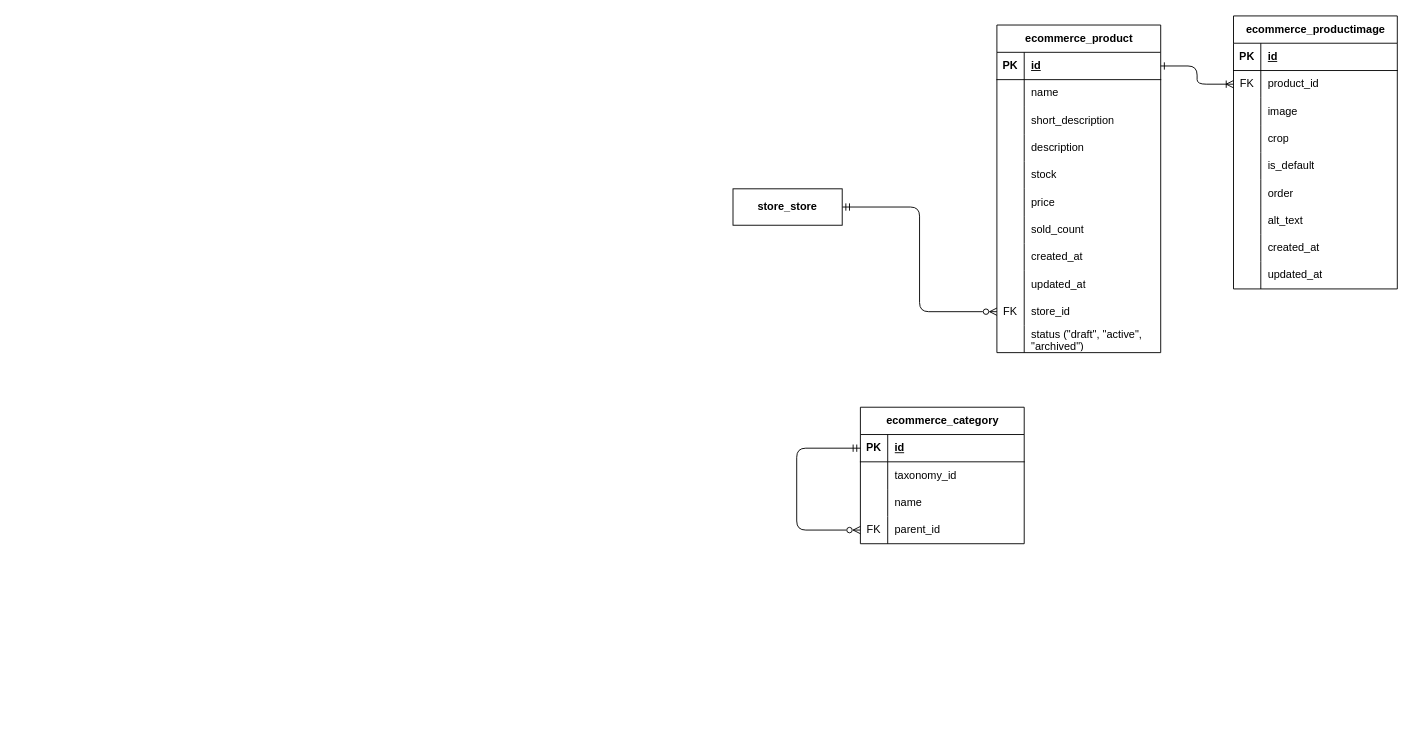
The draw.io diagram page "Ecommerce" (6 of 7) of diagrams/e-commerce-entity-relationship-diagram.drawio in RHILIUS/E-Commerce-Docs, before the edit. Source tidied: cells renumbered, new cells numbered last; positions are measured from the earlier drawing's top-left corner, leaving out a move shared by most shapes. Both pictures are drawn from the tidied source at 91%, with x=0, y=0 at pixel (733, 15).
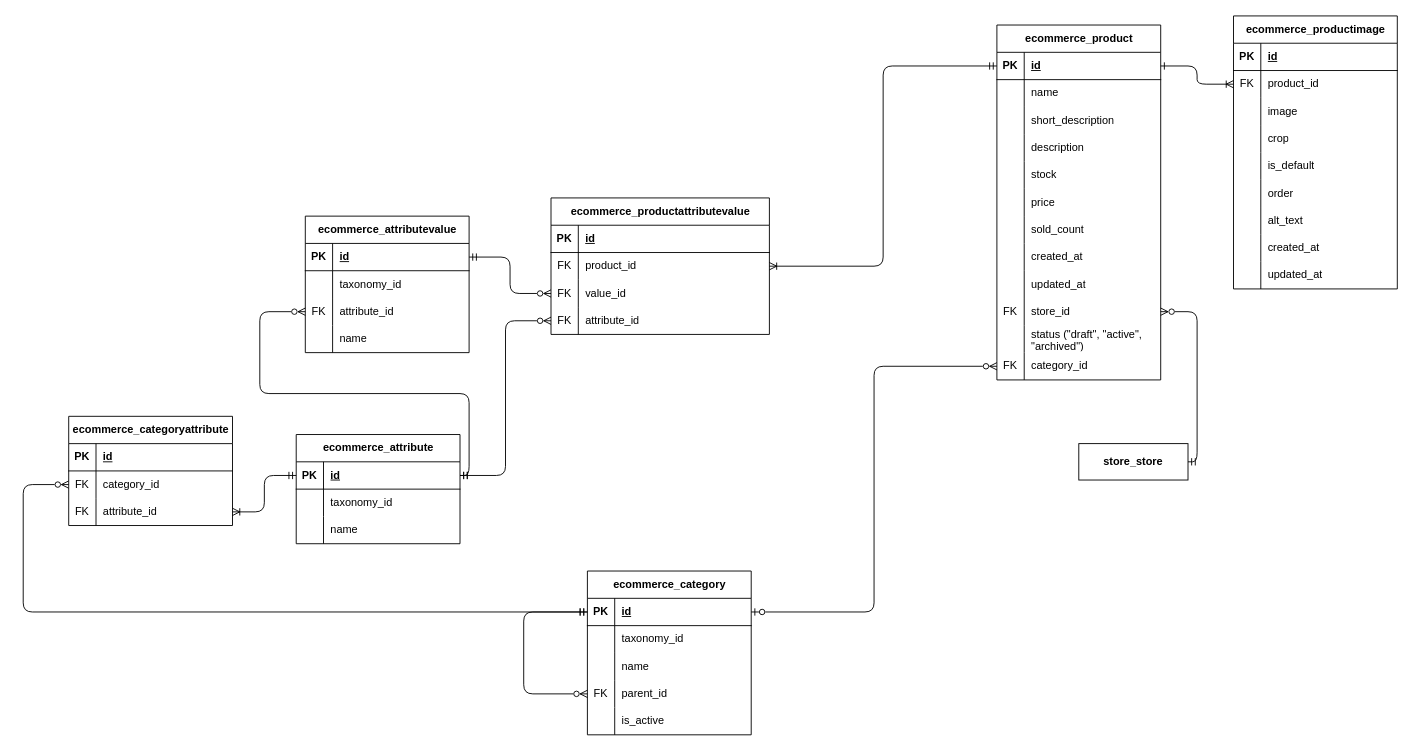
Above is the later version.

Commit message:
feat: add taxonomy entities such as category, attribute, attributevalue, productattributevalue,

Unchanged cells that the change refers to:
```xml
<mxCell id="3" style="shape=tableRow;horizontal=0;startSize=0;swimlaneHead=0;swimlaneBody=0;fillColor=none;points=[[0,0.5],[1,0.5]];portConstraint=eastwest;top=0;left=0;right=0;bottom=1;" parent="2" vertex="1">
  <mxGeometry y="30" width="180" height="30" as="geometry" />
</mxCell>
<mxCell id="30" style="shape=tableRow;horizontal=0;startSize=0;swimlaneHead=0;swimlaneBody=0;fillColor=none;points=[[0,0.5],[1,0.5]];portConstraint=eastwest;top=0;left=0;right=0;bottom=0;" parent="2" vertex="1">
  <mxGeometry y="300" width="180" height="30" as="geometry" />
</mxCell>
<mxCell id="68" style="shape=tableRow;horizontal=0;startSize=0;swimlaneHead=0;swimlaneBody=0;fillColor=none;points=[[0,0.5],[1,0.5]];portConstraint=eastwest;top=0;left=0;right=0;bottom=1;" parent="67" vertex="1">
  <mxGeometry y="30" width="180" height="30" as="geometry" />
</mxCell>
```

Diff of the diagram source:
```diff
@@
     <mxCell id="2" value="ecommerce_product" style="shape=table;startSize=30;childLayout=tableLayout;rowLines=0;fontStyle=1;align=center;html=1;" parent="1" vertex="1">
-      <mxGeometry x="290" y="10" width="180" height="360" as="geometry" />
+      <mxGeometry x="290" y="10" width="180" height="390" as="geometry" />
     </mxCell>
@@
+    <mxCell id="81" style="shape=tableRow;horizontal=0;startSize=0;swimlaneHead=0;swimlaneBody=0;fillColor=none;points=[[0,0.5],[1,0.5]];portConstraint=eastwest;top=0;left=0;right=0;bottom=0;" parent="2" vertex="1">
+      <mxGeometry y="360" width="180" height="30" as="geometry" />
+    </mxCell>
+    <mxCell id="82" value="FK" style="shape=partialRectangle;fillColor=none;top=0;left=0;bottom=0;right=0;overflow=hidden;whiteSpace=wrap;html=1;" parent="81" vertex="1">
+      <mxGeometry width="30" height="30" as="geometry" />
+    </mxCell>
+    <mxCell id="83" value="category_id" style="shape=partialRectangle;fillColor=none;top=0;left=0;bottom=0;right=0;align=left;spacingLeft=6;overflow=hidden;whiteSpace=wrap;html=1;" parent="81" vertex="1">
+      <mxGeometry x="30" width="150" height="30" as="geometry" />
+    </mxCell>
@@
-    <mxCell id="65" style="edgeStyle=orthogonalEdgeStyle;html=1;entryX=0;entryY=0.5;entryDx=0;entryDy=0;exitX=1;exitY=0.5;exitDx=0;exitDy=0;endArrow=ERzeroToMany;endFill=0;startArrow=ERmandOne;startFill=0;" parent="1" edge="1" source="66" target="30">
+    <mxCell id="65" style="edgeStyle=orthogonalEdgeStyle;html=1;entryX=1;entryY=0.5;entryDx=0;entryDy=0;exitX=1;exitY=0.5;exitDx=0;exitDy=0;endArrow=ERzeroToMany;endFill=0;startArrow=ERmandOne;startFill=0;" parent="1" edge="1" source="66" target="30">
       <mxGeometry relative="1" as="geometry" />
     </mxCell>
     <mxCell id="66" value="&lt;b&gt;store_store&lt;/b&gt;" style="whiteSpace=wrap;html=1;align=center;" parent="1" vertex="1">
-      <mxGeometry y="190" width="120" height="40" as="geometry" />
+      <mxGeometry x="380" y="470" width="120" height="40" as="geometry" />
     </mxCell>
     <mxCell id="67" value="ecommerce_category" style="shape=table;startSize=30;childLayout=tableLayout;rowLines=0;fontStyle=1;align=center;html=1;" parent="1" vertex="1">
-      <mxGeometry x="140" y="430" width="180" height="150" as="geometry" />
+      <mxGeometry x="-160" y="610" width="180" height="180" as="geometry" />
     </mxCell>
@@
+    <mxCell id="84" style="shape=tableRow;horizontal=0;startSize=0;swimlaneHead=0;swimlaneBody=0;fillColor=none;top=0;left=0;right=0;bottom=0;" parent="67" vertex="1">
+      <mxGeometry y="150" width="180" height="30" as="geometry" />
+    </mxCell>
+    <mxCell id="85" style="shape=partialRectangle;fillColor=none;top=0;left=0;bottom=0;right=0;overflow=hidden;whiteSpace=wrap;html=1;" parent="84" vertex="1">
+      <mxGeometry width="30" height="30" as="geometry" />
+    </mxCell>
+    <mxCell id="86" value="is_active" style="shape=partialRectangle;fillColor=none;top=0;left=0;bottom=0;right=0;align=left;spacingLeft=6;overflow=hidden;whiteSpace=wrap;html=1;" parent="84" vertex="1">
+      <mxGeometry x="30" width="150" height="30" as="geometry" />
+    </mxCell>
@@
+    <mxCell id="87" value="ecommerce_attribute" style="shape=table;startSize=30;childLayout=tableLayout;rowLines=0;fontStyle=1;align=center;html=1;" parent="1" vertex="1">
+      <mxGeometry x="-480" y="460" width="180" height="120" as="geometry" />
+    </mxCell>
+    <mxCell id="88" style="shape=tableRow;horizontal=0;startSize=0;swimlaneHead=0;swimlaneBody=0;fillColor=none;points=[[0,0.5],[1,0.5]];portConstraint=eastwest;top=0;left=0;right=0;bottom=1;" parent="87" vertex="1">
+      <mxGeometry y="30" width="180" height="30" as="geometry" />
+    </mxCell>
+    <mxCell id="89" value="PK" style="shape=partialRectangle;fillColor=none;top=0;left=0;bottom=0;right=0;fontStyle=1;overflow=hidden;whiteSpace=wrap;html=1;" parent="88" vertex="1">
+      <mxGeometry width="30" height="30" as="geometry" />
+    </mxCell>
+    <mxCell id="90" value="id" style="shape=partialRectangle;fillColor=none;top=0;left=0;bottom=0;right=0;align=left;spacingLeft=6;fontStyle=5;overflow=hidden;whiteSpace=wrap;html=1;" parent="88" vertex="1">
+      <mxGeometry x="30" width="150" height="30" as="geometry" />
+    </mxCell>
+    <mxCell id="91" style="shape=tableRow;horizontal=0;startSize=0;swimlaneHead=0;swimlaneBody=0;fillColor=none;top=0;left=0;right=0;bottom=0;" parent="87" vertex="1">
+      <mxGeometry y="60" width="180" height="30" as="geometry" />
+    </mxCell>
+    <mxCell id="92" style="shape=partialRectangle;fillColor=none;top=0;left=0;bottom=0;right=0;overflow=hidden;whiteSpace=wrap;html=1;" parent="91" vertex="1">
+      <mxGeometry width="30" height="30" as="geometry" />
+    </mxCell>
+    <mxCell id="93" value="taxonomy_id" style="shape=partialRectangle;fillColor=none;top=0;left=0;bottom=0;right=0;align=left;spacingLeft=6;overflow=hidden;whiteSpace=wrap;html=1;" parent="91" vertex="1">
+      <mxGeometry x="30" width="150" height="30" as="geometry" />
+    </mxCell>
+    <mxCell id="94" style="shape=tableRow;horizontal=0;startSize=0;swimlaneHead=0;swimlaneBody=0;fillColor=none;top=0;left=0;right=0;bottom=0;" parent="87" vertex="1">
+      <mxGeometry y="90" width="180" height="30" as="geometry" />
+    </mxCell>
+    <mxCell id="95" style="shape=partialRectangle;fillColor=none;top=0;left=0;bottom=0;right=0;overflow=hidden;whiteSpace=wrap;html=1;" parent="94" vertex="1">
+      <mxGeometry width="30" height="30" as="geometry" />
+    </mxCell>
+    <mxCell id="96" value="name" style="shape=partialRectangle;fillColor=none;top=0;left=0;bottom=0;right=0;align=left;spacingLeft=6;overflow=hidden;whiteSpace=wrap;html=1;" parent="94" vertex="1">
+      <mxGeometry x="30" width="150" height="30" as="geometry" />
+    </mxCell>
+    <mxCell id="97" value="ecommerce_attributevalue" style="shape=table;startSize=30;childLayout=tableLayout;rowLines=0;fontStyle=1;align=center;html=1;" parent="1" vertex="1">
+      <mxGeometry x="-470" y="220" width="180" height="150" as="geometry" />
+    </mxCell>
+    <mxCell id="98" style="shape=tableRow;horizontal=0;startSize=0;swimlaneHead=0;swimlaneBody=0;fillColor=none;points=[[0,0.5],[1,0.5]];portConstraint=eastwest;top=0;left=0;right=0;bottom=1;" parent="97" vertex="1">
+      <mxGeometry y="30" width="180" height="30" as="geometry" />
+    </mxCell>
+    <mxCell id="99" value="PK" style="shape=partialRectangle;fillColor=none;top=0;left=0;bottom=0;right=0;fontStyle=1;overflow=hidden;whiteSpace=wrap;html=1;" parent="98" vertex="1">
+      <mxGeometry width="30" height="30" as="geometry" />
+    </mxCell>
+    <mxCell id="100" value="id" style="shape=partialRectangle;fillColor=none;top=0;left=0;bottom=0;right=0;align=left;spacingLeft=6;fontStyle=5;overflow=hidden;whiteSpace=wrap;html=1;" parent="98" vertex="1">
+      <mxGeometry x="30" width="150" height="30" as="geometry" />
+    </mxCell>
+    <mxCell id="101" style="shape=tableRow;horizontal=0;startSize=0;swimlaneHead=0;swimlaneBody=0;fillColor=none;top=0;left=0;right=0;bottom=0;" parent="97" vertex="1">
+      <mxGeometry y="60" width="180" height="30" as="geometry" />
+    </mxCell>
+    <mxCell id="102" style="shape=partialRectangle;fillColor=none;top=0;left=0;bottom=0;right=0;overflow=hidden;whiteSpace=wrap;html=1;" parent="101" vertex="1">
+      <mxGeometry width="30" height="30" as="geometry" />
+    </mxCell>
+    <mxCell id="103" value="taxonomy_id" style="shape=partialRectangle;fillColor=none;top=0;left=0;bottom=0;right=0;align=left;spacingLeft=6;overflow=hidden;whiteSpace=wrap;html=1;" parent="101" vertex="1">
+      <mxGeometry x="30" width="150" height="30" as="geometry" />
+    </mxCell>
+    <mxCell id="104" style="shape=tableRow;horizontal=0;startSize=0;swimlaneHead=0;swimlaneBody=0;fillColor=none;points=[[0,0.5],[1,0.5]];portConstraint=eastwest;top=0;left=0;right=0;bottom=0;" parent="97" vertex="1">
+      <mxGeometry y="90" width="180" height="30" as="geometry" />
+    </mxCell>
+    <mxCell id="105" value="FK" style="shape=partialRectangle;fillColor=none;top=0;left=0;bottom=0;right=0;overflow=hidden;whiteSpace=wrap;html=1;" parent="104" vertex="1">
+      <mxGeometry width="30" height="30" as="geometry" />
+    </mxCell>
+    <mxCell id="106" value="attribute_id" style="shape=partialRectangle;fillColor=none;top=0;left=0;bottom=0;right=0;align=left;spacingLeft=6;overflow=hidden;whiteSpace=wrap;html=1;" parent="104" vertex="1">
+      <mxGeometry x="30" width="150" height="30" as="geometry" />
+    </mxCell>
+    <mxCell id="107" style="shape=tableRow;horizontal=0;startSize=0;swimlaneHead=0;swimlaneBody=0;fillColor=none;top=0;left=0;right=0;bottom=0;" parent="97" vertex="1">
+      <mxGeometry y="120" width="180" height="30" as="geometry" />
+    </mxCell>
+    <mxCell id="108" style="shape=partialRectangle;fillColor=none;top=0;left=0;bottom=0;right=0;overflow=hidden;whiteSpace=wrap;html=1;" parent="107" vertex="1">
+      <mxGeometry width="30" height="30" as="geometry" />
+    </mxCell>
+    <mxCell id="109" value="name" style="shape=partialRectangle;fillColor=none;top=0;left=0;bottom=0;right=0;align=left;spacingLeft=6;overflow=hidden;whiteSpace=wrap;html=1;" parent="107" vertex="1">
+      <mxGeometry x="30" width="150" height="30" as="geometry" />
+    </mxCell>
+    <mxCell id="110" style="edgeStyle=orthogonalEdgeStyle;html=1;entryX=0;entryY=0.5;entryDx=0;entryDy=0;exitX=1;exitY=0.5;exitDx=0;exitDy=0;startArrow=ERmandOne;startFill=0;endArrow=ERzeroToMany;endFill=0;" parent="1" edge="1" source="88" target="104">
+      <mxGeometry relative="1" as="geometry">
+        <Array as="points">
+          <mxPoint x="-290" y="505" />
+          <mxPoint x="-290" y="415" />
+          <mxPoint x="-520" y="415" />
+          <mxPoint x="-520" y="325" />
+        </Array>
+      </mxGeometry>
+    </mxCell>
+    <mxCell id="111" value="ecommerce_categoryattribute" style="shape=table;startSize=30;childLayout=tableLayout;rowLines=0;fontStyle=1;align=center;html=1;" parent="1" vertex="1">
+      <mxGeometry x="-730" y="440" width="180" height="120" as="geometry" />
+    </mxCell>
+    <mxCell id="112" style="shape=tableRow;horizontal=0;startSize=0;swimlaneHead=0;swimlaneBody=0;fillColor=none;top=0;left=0;right=0;bottom=1;" parent="111" vertex="1">
+      <mxGeometry y="30" width="180" height="30" as="geometry" />
+    </mxCell>
+    <mxCell id="113" value="PK" style="shape=partialRectangle;fillColor=none;top=0;left=0;bottom=0;right=0;fontStyle=1;overflow=hidden;whiteSpace=wrap;html=1;" parent="112" vertex="1">
+      <mxGeometry width="30" height="30" as="geometry" />
+    </mxCell>
+    <mxCell id="114" value="id" style="shape=partialRectangle;fillColor=none;top=0;left=0;bottom=0;right=0;align=left;spacingLeft=6;fontStyle=5;overflow=hidden;whiteSpace=wrap;html=1;" parent="112" vertex="1">
+      <mxGeometry x="30" width="150" height="30" as="geometry" />
+    </mxCell>
+    <mxCell id="115" style="shape=tableRow;horizontal=0;startSize=0;swimlaneHead=0;swimlaneBody=0;fillColor=none;points=[[0,0.5],[1,0.5]];portConstraint=eastwest;top=0;left=0;right=0;bottom=0;" parent="111" vertex="1">
+      <mxGeometry y="60" width="180" height="30" as="geometry" />
+    </mxCell>
+    <mxCell id="116" value="FK" style="shape=partialRectangle;fillColor=none;top=0;left=0;bottom=0;right=0;overflow=hidden;whiteSpace=wrap;html=1;" parent="115" vertex="1">
+      <mxGeometry width="30" height="30" as="geometry" />
+    </mxCell>
+    <mxCell id="117" value="category_id" style="shape=partialRectangle;fillColor=none;top=0;left=0;bottom=0;right=0;align=left;spacingLeft=6;overflow=hidden;whiteSpace=wrap;html=1;" parent="115" vertex="1">
+      <mxGeometry x="30" width="150" height="30" as="geometry" />
+    </mxCell>
+    <mxCell id="118" style="shape=tableRow;horizontal=0;startSize=0;swimlaneHead=0;swimlaneBody=0;fillColor=none;points=[[0,0.5],[1,0.5]];portConstraint=eastwest;top=0;left=0;right=0;bottom=0;" parent="111" vertex="1">
+      <mxGeometry y="90" width="180" height="30" as="geometry" />
+    </mxCell>
+    <mxCell id="119" value="FK" style="shape=partialRectangle;fillColor=none;top=0;left=0;bottom=0;right=0;overflow=hidden;whiteSpace=wrap;html=1;" parent="118" vertex="1">
+      <mxGeometry width="30" height="30" as="geometry" />
+    </mxCell>
+    <mxCell id="120" value="attribute_id" style="shape=partialRectangle;fillColor=none;top=0;left=0;bottom=0;right=0;align=left;spacingLeft=6;overflow=hidden;whiteSpace=wrap;html=1;" parent="118" vertex="1">
+      <mxGeometry x="30" width="150" height="30" as="geometry" />
+    </mxCell>
+    <mxCell id="121" style="edgeStyle=orthogonalEdgeStyle;html=1;entryX=0;entryY=0.5;entryDx=0;entryDy=0;exitX=0;exitY=0.5;exitDx=0;exitDy=0;startArrow=ERmandOne;startFill=0;endArrow=ERzeroToMany;endFill=0;" parent="1" edge="1" source="68" target="115">
+      <mxGeometry relative="1" as="geometry">
+        <Array as="points">
+          <mxPoint x="-780" y="655" />
+          <mxPoint x="-780" y="515" />
+        </Array>
+      </mxGeometry>
+    </mxCell>
+    <mxCell id="122" style="edgeStyle=orthogonalEdgeStyle;html=1;entryX=1;entryY=0.5;entryDx=0;entryDy=0;exitX=0;exitY=0.5;exitDx=0;exitDy=0;endArrow=ERoneToMany;endFill=0;startArrow=ERmandOne;startFill=0;" parent="1" edge="1" source="88" target="118">
+      <mxGeometry relative="1" as="geometry" />
+    </mxCell>
+    <mxCell id="123" value="ecommerce_productattributevalue" style="shape=table;startSize=30;childLayout=tableLayout;rowLines=0;fontStyle=1;align=center;html=1;" parent="1" vertex="1">
+      <mxGeometry x="-200" y="200" width="240" height="150" as="geometry" />
+    </mxCell>
+    <mxCell id="124" style="shape=tableRow;horizontal=0;startSize=0;swimlaneHead=0;swimlaneBody=0;fillColor=none;top=0;left=0;right=0;bottom=1;" parent="123" vertex="1">
+      <mxGeometry y="30" width="240" height="30" as="geometry" />
+    </mxCell>
+    <mxCell id="125" value="PK" style="shape=partialRectangle;fillColor=none;top=0;left=0;bottom=0;right=0;fontStyle=1;overflow=hidden;whiteSpace=wrap;html=1;" parent="124" vertex="1">
+      <mxGeometry width="30" height="30" as="geometry" />
+    </mxCell>
+    <mxCell id="126" value="id" style="shape=partialRectangle;fillColor=none;top=0;left=0;bottom=0;right=0;align=left;spacingLeft=6;fontStyle=5;overflow=hidden;whiteSpace=wrap;html=1;" parent="124" vertex="1">
+      <mxGeometry x="30" width="210" height="30" as="geometry" />
+    </mxCell>
+    <mxCell id="127" style="shape=tableRow;horizontal=0;startSize=0;swimlaneHead=0;swimlaneBody=0;fillColor=none;points=[[0,0.5],[1,0.5]];portConstraint=eastwest;top=0;left=0;right=0;bottom=0;" parent="123" vertex="1">
+      <mxGeometry y="60" width="240" height="30" as="geometry" />
+    </mxCell>
+    <mxCell id="128" value="FK" style="shape=partialRectangle;fillColor=none;top=0;left=0;bottom=0;right=0;overflow=hidden;whiteSpace=wrap;html=1;" parent="127" vertex="1">
+      <mxGeometry width="30" height="30" as="geometry" />
+    </mxCell>
+    <mxCell id="129" value="product_id" style="shape=partialRectangle;fillColor=none;top=0;left=0;bottom=0;right=0;align=left;spacingLeft=6;overflow=hidden;whiteSpace=wrap;html=1;" parent="127" vertex="1">
+      <mxGeometry x="30" width="210" height="30" as="geometry" />
+    </mxCell>
+    <mxCell id="130" style="shape=tableRow;horizontal=0;startSize=0;swimlaneHead=0;swimlaneBody=0;fillColor=none;points=[[0,0.5],[1,0.5]];portConstraint=eastwest;top=0;left=0;right=0;bottom=0;" parent="123" vertex="1">
+      <mxGeometry y="90" width="240" height="30" as="geometry" />
+    </mxCell>
+    <mxCell id="131" value="FK" style="shape=partialRectangle;fillColor=none;top=0;left=0;bottom=0;right=0;overflow=hidden;whiteSpace=wrap;html=1;" parent="130" vertex="1">
+      <mxGeometry width="30" height="30" as="geometry" />
+    </mxCell>
+    <mxCell id="132" value="value_id" style="shape=partialRectangle;fillColor=none;top=0;left=0;bottom=0;right=0;align=left;spacingLeft=6;overflow=hidden;whiteSpace=wrap;html=1;" parent="130" vertex="1">
+      <mxGeometry x="30" width="210" height="30" as="geometry" />
+    </mxCell>
+    <mxCell id="133" style="shape=tableRow;horizontal=0;startSize=0;swimlaneHead=0;swimlaneBody=0;fillColor=none;points=[[0,0.5],[1,0.5]];portConstraint=eastwest;top=0;left=0;right=0;bottom=0;" parent="123" vertex="1">
+      <mxGeometry y="120" width="240" height="30" as="geometry" />
+    </mxCell>
+    <mxCell id="134" value="FK" style="shape=partialRectangle;fillColor=none;top=0;left=0;bottom=0;right=0;overflow=hidden;whiteSpace=wrap;html=1;" parent="133" vertex="1">
+      <mxGeometry width="30" height="30" as="geometry" />
+    </mxCell>
+    <mxCell id="135" value="attribute_id" style="shape=partialRectangle;fillColor=none;top=0;left=0;bottom=0;right=0;align=left;spacingLeft=6;overflow=hidden;whiteSpace=wrap;html=1;" parent="133" vertex="1">
+      <mxGeometry x="30" width="210" height="30" as="geometry" />
+    </mxCell>
+    <mxCell id="136" style="edgeStyle=orthogonalEdgeStyle;html=1;entryX=0;entryY=0.5;entryDx=0;entryDy=0;exitX=1;exitY=0.5;exitDx=0;exitDy=0;endArrow=ERzeroToMany;endFill=0;startArrow=ERmandOne;startFill=0;" parent="1" edge="1" source="98" target="130">
+      <mxGeometry relative="1" as="geometry" />
+    </mxCell>
+    <mxCell id="137" style="edgeStyle=orthogonalEdgeStyle;html=1;entryX=0;entryY=0.5;entryDx=0;entryDy=0;exitX=1;exitY=0.5;exitDx=0;exitDy=0;startArrow=ERmandOne;startFill=0;endArrow=ERzeroToMany;endFill=0;" parent="1" edge="1" source="88" target="133">
+      <mxGeometry relative="1" as="geometry" />
+    </mxCell>
+    <mxCell id="138" style="edgeStyle=orthogonalEdgeStyle;html=1;entryX=1;entryY=0.5;entryDx=0;entryDy=0;exitX=0;exitY=0.5;exitDx=0;exitDy=0;endArrow=ERoneToMany;endFill=0;startArrow=ERmandOne;startFill=0;" parent="1" edge="1" source="3" target="127">
+      <mxGeometry relative="1" as="geometry" />
+    </mxCell>
+    <mxCell id="139" style="edgeStyle=orthogonalEdgeStyle;html=1;entryX=0;entryY=0.5;entryDx=0;entryDy=0;exitX=1;exitY=0.5;exitDx=0;exitDy=0;endArrow=ERzeroToMany;endFill=0;startArrow=ERzeroToOne;startFill=0;" parent="1" edge="1" source="68" target="81">
+      <mxGeometry relative="1" as="geometry" />
+    </mxCell>
```
